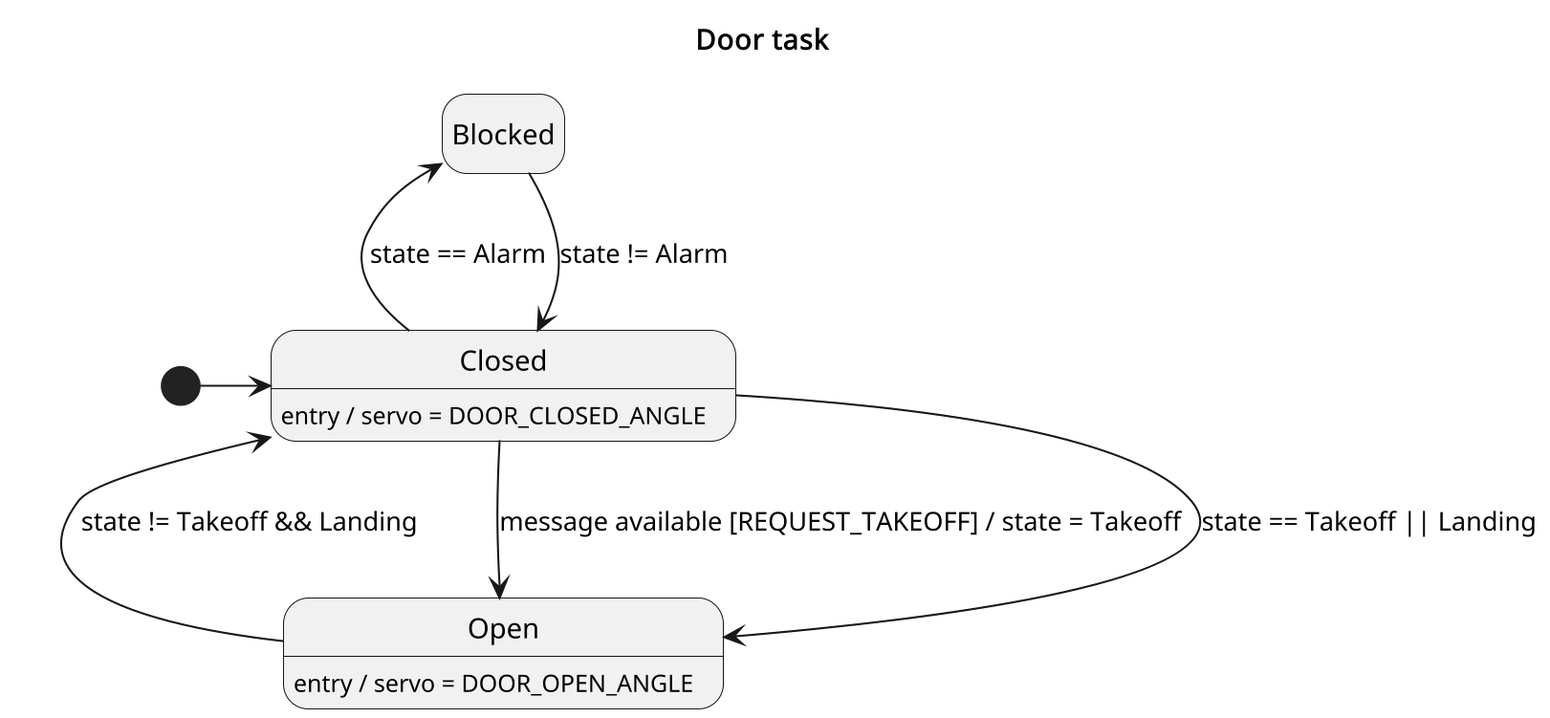
This is assignments/02-sdh/doc/tasks/door.png from the-real-deal/unibo-iot-didospita, a PlantUML export, as it was before one commit.
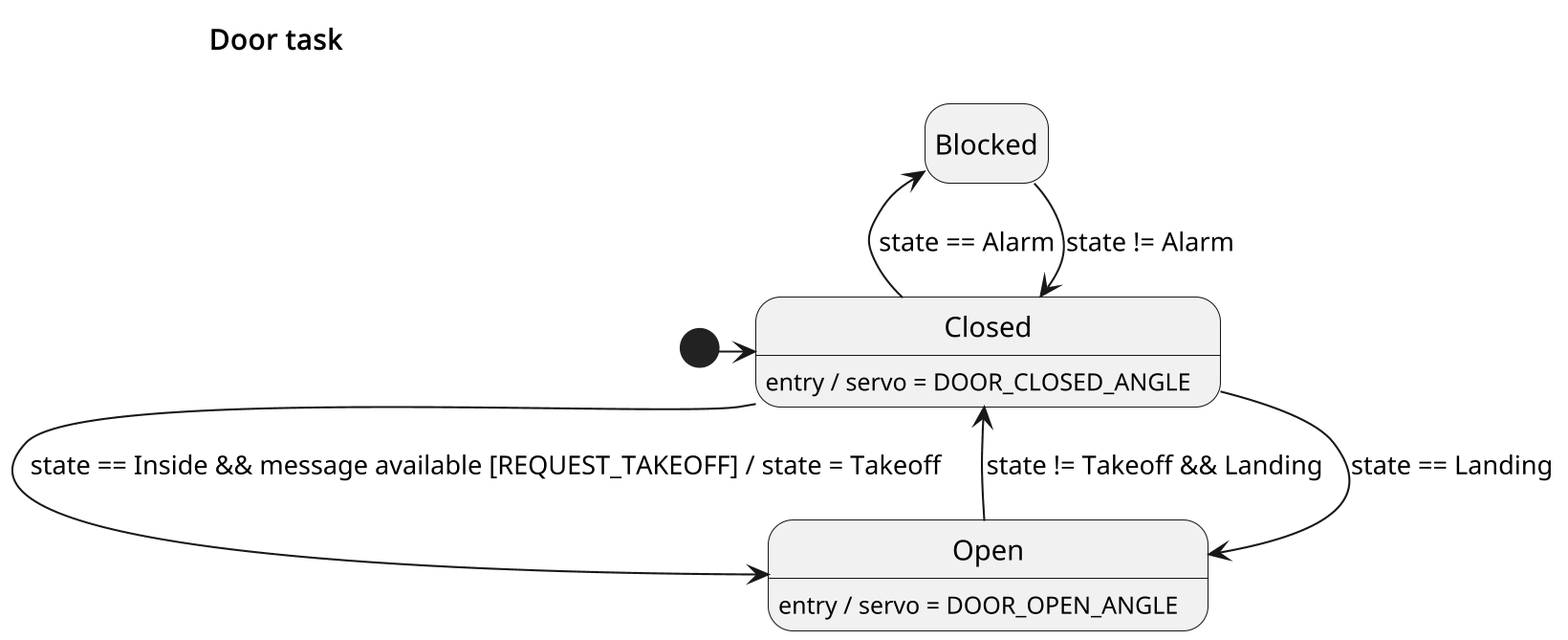
Above is the later version.

The edit, as a diff of the source:
```diff
@@ -1,5 +1,6 @@
 @startuml DoorTask
 skinparamlocked dpi 200
+!pragma layout smetana
 hide empty description
 
 title "Door task"
@@ -18,8 +19,8 @@
 
 closed -u-> blocked : state == Alarm
 blocked -d-> closed : state != Alarm
-closed -d-> open : message available [REQUEST_TAKEOFF] / state = Takeoff
-closed -u-> open : state == Takeoff || Landing
+closed -d-> open : state == Inside && message available [REQUEST_TAKEOFF] / state = Takeoff
+closed -u-> open : state == Landing
 
 open -l-> closed : state != Takeoff && Landing
 
```
